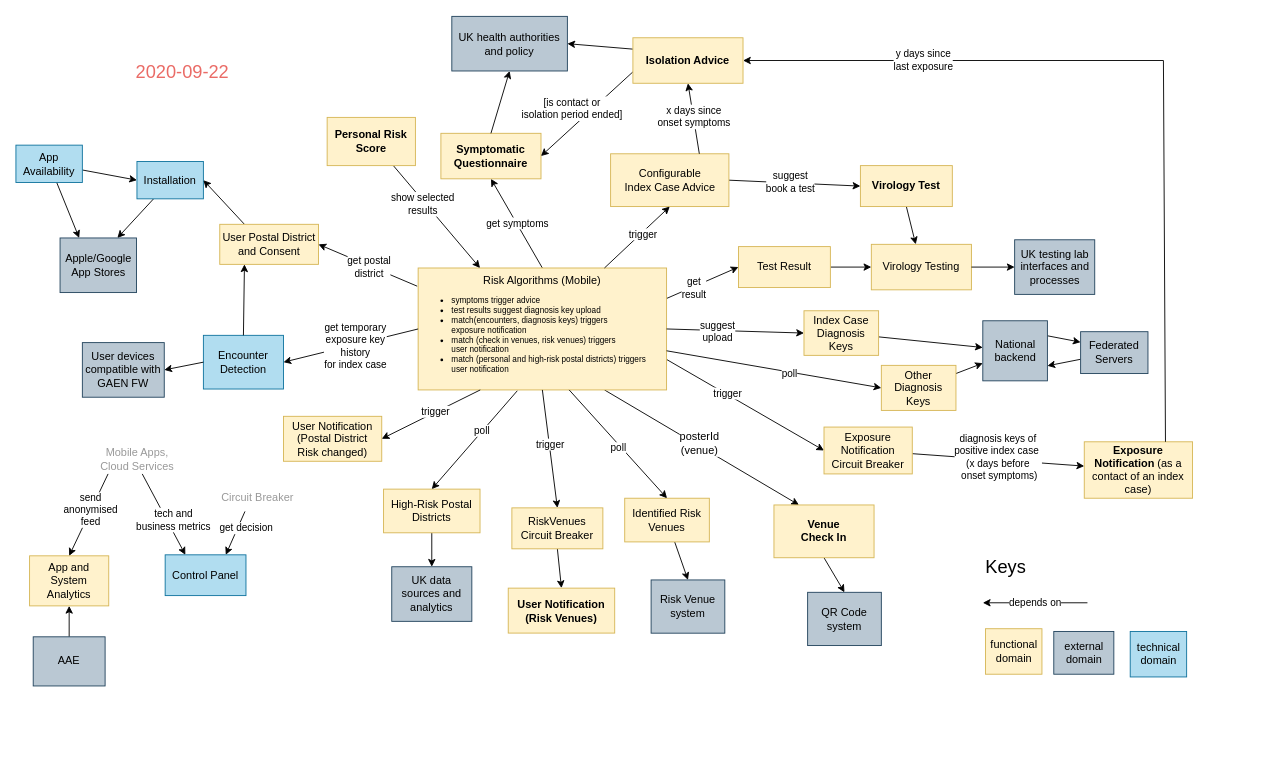
This is page "domain-model" (1 of 3) of doc/architecture/diagrams/cv19-app-system-domain-model.drawio from ukhsa-collaboration/covid19-app-system-public, a draw.io file, before an edit. Source tidied: cells renumbered, new cells numbered last; positions are measured from the earlier drawing's top-left corner, leaving out a move shared by most shapes. Both pictures are drawn from the tidied source at 91%, with x=0, y=0 at pixel (15, 16).
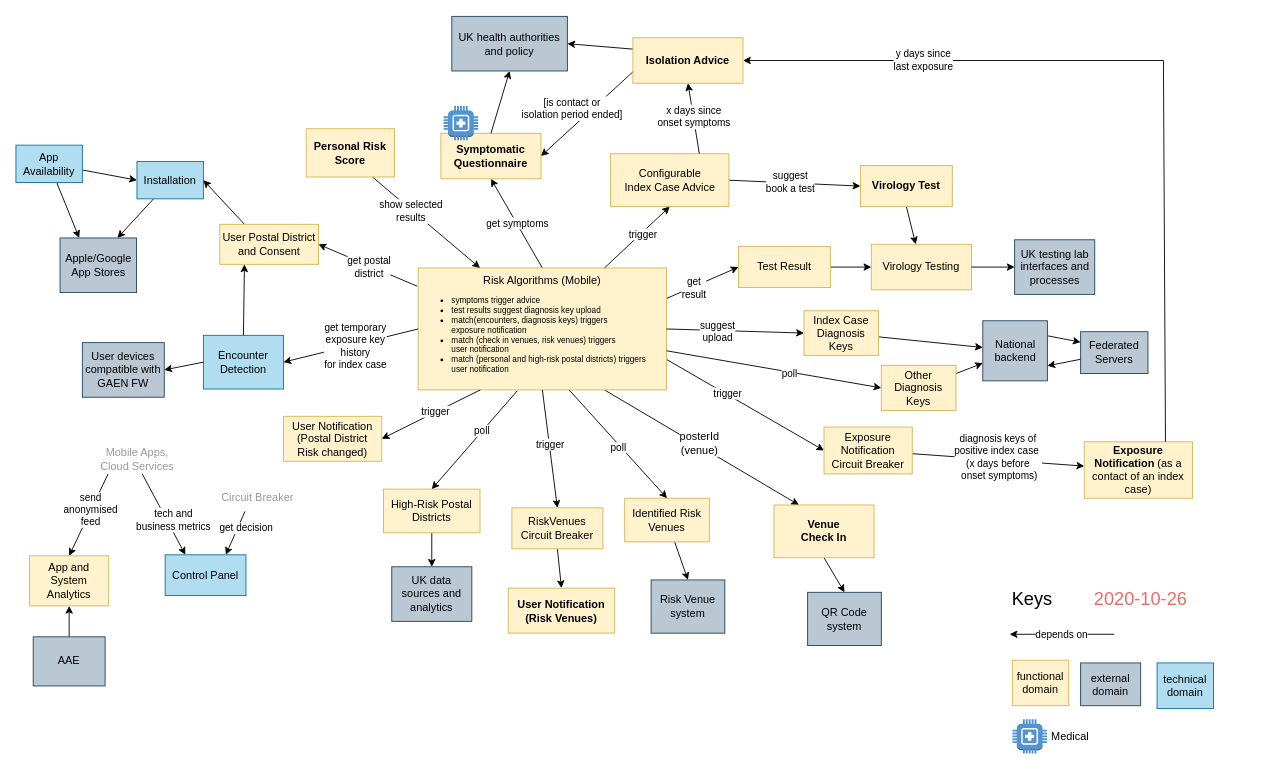
After the change.

What changed in the source:
```diff
@@
     <mxCell id="36" value="depends on" style="edgeStyle=none;rounded=0;orthogonalLoop=1;jettySize=auto;html=1;" parent="1" edge="1">
       <mxGeometry relative="1" as="geometry">
-        <mxPoint x="1177.5" y="643.9" as="sourcePoint" />
-        <mxPoint x="1062.5" y="643.9" as="targetPoint" />
+        <mxPoint x="1207" y="678.5" as="sourcePoint" />
+        <mxPoint x="1092" y="678.5" as="targetPoint" />
       </mxGeometry>
     </mxCell>
     <mxCell id="37" value="technical domain" style="rounded=0;whiteSpace=wrap;html=1;fillColor=#b1ddf0;strokeColor=#10739e;" parent="1" vertex="1">
-      <mxGeometry x="1224.5" y="675.4" width="62" height="50" as="geometry" />
+      <mxGeometry x="1254" y="710" width="62" height="50" as="geometry" />
     </mxCell>
     <mxCell id="38" value="functional domain" style="rounded=0;whiteSpace=wrap;html=1;fillColor=#fff2cc;strokeColor=#d6b656;" parent="1" vertex="1">
-      <mxGeometry x="1065.5" y="672.4" width="62" height="50" as="geometry" />
+      <mxGeometry x="1095" y="707" width="62" height="50" as="geometry" />
     </mxCell>
     <mxCell id="39" value="external domain" style="rounded=0;whiteSpace=wrap;html=1;fillColor=#bac8d3;strokeColor=#23445d;fontColor=#000000;" parent="1" vertex="1">
-      <mxGeometry x="1140.5" y="675.4" width="66" height="47" as="geometry" />
+      <mxGeometry x="1170" y="710" width="66" height="47" as="geometry" />
     </mxCell>
     <mxCell id="40" value="Keys" style="text;html=1;strokeColor=none;fillColor=none;align=center;verticalAlign=middle;whiteSpace=wrap;rounded=0;fontSize=20;" parent="1" vertex="1">
-      <mxGeometry x="1067.5" y="594.4" width="40" height="20" as="geometry" />
+      <mxGeometry x="1097" y="629" width="40" height="20" as="geometry" />
     </mxCell>
-    <mxCell id="41" value="&lt;br&gt;2020-09-22" style="text;html=1;align=left;verticalAlign=middle;whiteSpace=wrap;rounded=0;fontSize=20;strokeColor=none;fontColor=#EA6B66;" parent="1" vertex="1">
-      <mxGeometry x="130" y="36.5" width="179" height="23" as="geometry" />
+    <mxCell id="41" value="&lt;br&gt;2020-10-26" style="text;html=1;align=left;verticalAlign=middle;whiteSpace=wrap;rounded=0;fontSize=20;strokeColor=none;fontColor=#EA6B66;" parent="1" vertex="1">
+      <mxGeometry x="1183" y="615" width="179" height="23" as="geometry" />
     </mxCell>
@@
     <mxCell id="62" value="Personal Risk Score" style="rounded=0;whiteSpace=wrap;html=1;fillColor=#fff2cc;strokeColor=#d6b656;fontStyle=1;" parent="1" vertex="1">
-      <mxGeometry x="342" y="110.5" width="97" height="53" as="geometry" />
+      <mxGeometry x="319" y="123" width="97" height="53" as="geometry" />
     </mxCell>
@@
+    <mxCell id="108" value="Medical" style="dashed=0;verticalLabelPosition=middle;verticalAlign=middle;align=left;html=1;shape=mxgraph.aws3.medical_emergency;fillColor=#5294CF;gradientColor=none;labelPosition=right;spacingLeft=3;" parent="1" vertex="1">
+      <mxGeometry x="1095" y="772" width="38" height="37.5" as="geometry" />
+    </mxCell>
+    <mxCell id="109" style="dashed=0;verticalLabelPosition=middle;verticalAlign=middle;align=left;html=1;shape=mxgraph.aws3.medical_emergency;fillColor=#5294CF;gradientColor=none;labelPosition=right;spacingLeft=3;" parent="1" vertex="1">
+      <mxGeometry x="470" y="98" width="38" height="37.5" as="geometry" />
+    </mxCell>
```
